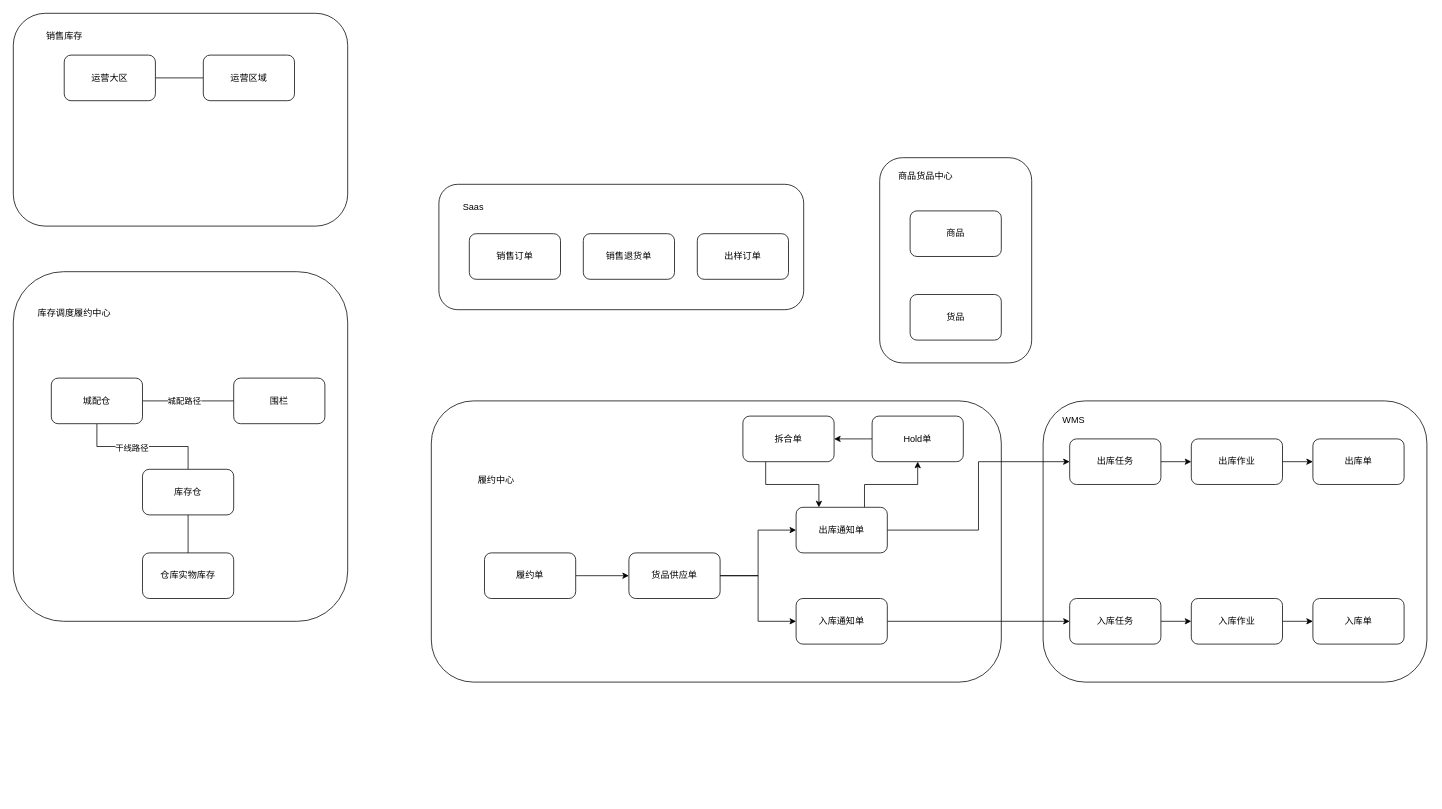
zzqfsy/zzqfsy.github.io keeps this draw.io diagram as draw.io/全渠道供应技术方案.drawio. Above is the earlier version. Source tidied: cells renumbered, new cells numbered last; positions are measured from the earlier drawing's top-left corner, leaving out a move shared by most shapes. Both pictures are drawn from the tidied source at 76%, with x=0, y=0 at pixel (13, 13).
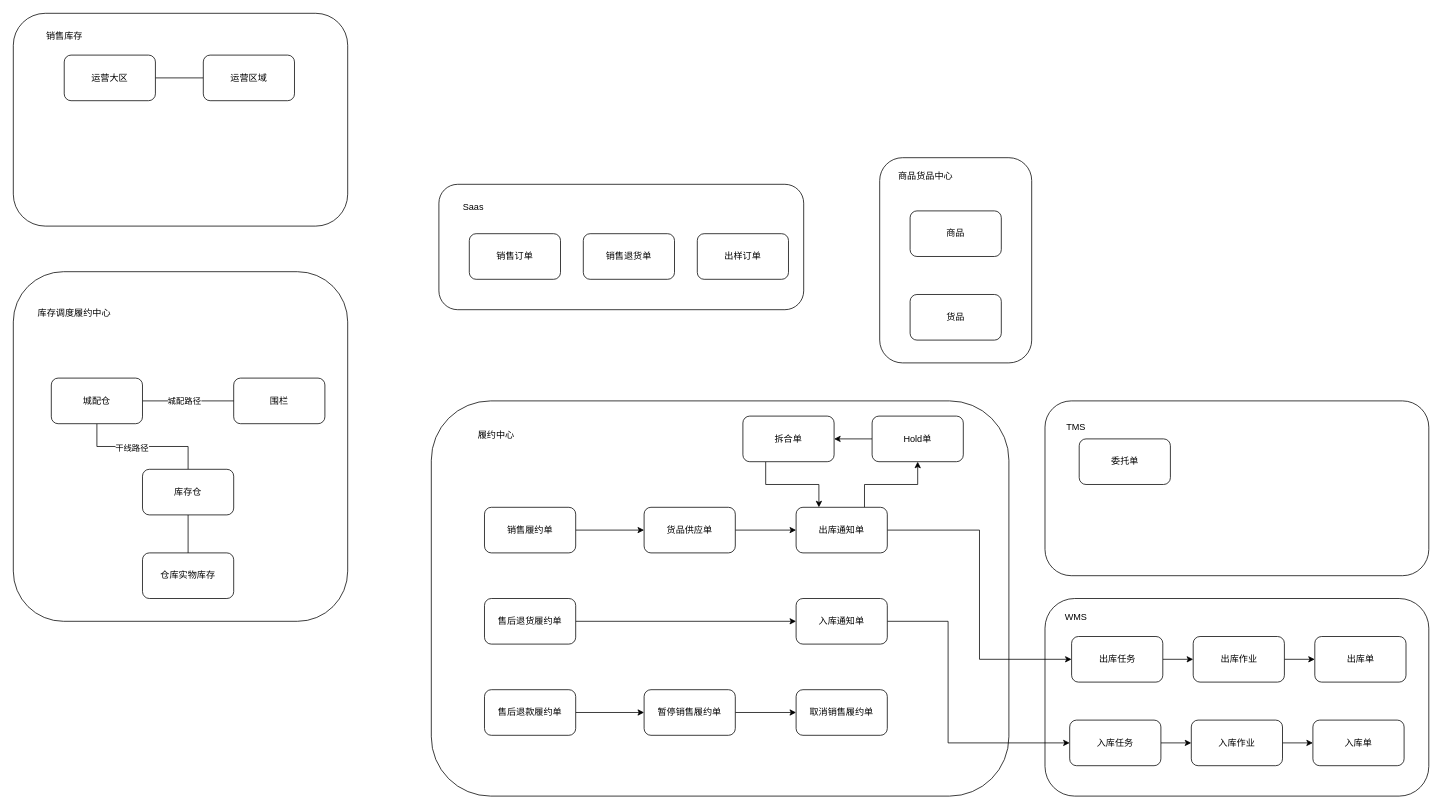
Above is the later version.

Commit message (it also covers changes not shown here):
更新全渠道供应技术方案.drawio

Unchanged cells that the change refers to:
```xml
<mxCell id="18" value="入库通知单" style="rounded=1;whiteSpace=wrap;html=1;" parent="1" vertex="1">
  <mxGeometry x="1030" y="770" width="120" height="60" as="geometry" />
</mxCell>
```

Diff of the diagram source:
```diff
@@
     <mxCell id="6" style="rounded=1;whiteSpace=wrap;html=1;" parent="1" vertex="1">
-      <mxGeometry x="1355" y="510" width="505" height="370" as="geometry" />
+      <mxGeometry x="1357.5" y="770" width="505" height="260" as="geometry" />
     </mxCell>
     <mxCell id="7" style="rounded=1;whiteSpace=wrap;html=1;" parent="1" vertex="1">
-      <mxGeometry x="550" y="510" width="750" height="370" as="geometry" />
+      <mxGeometry x="550" y="510" width="760" height="520" as="geometry" />
     </mxCell>
     <mxCell id="8" value="履约中心" style="text;html=1;align=center;verticalAlign=middle;strokeColor=none;fillColor=none;" parent="1" vertex="1">
-      <mxGeometry x="600" y="600" width="70" height="30" as="geometry" />
+      <mxGeometry x="600" y="540" width="70" height="30" as="geometry" />
     </mxCell>
@@
-    <mxCell id="10" value="履约单" style="rounded=1;whiteSpace=wrap;html=1;" parent="1" vertex="1">
-      <mxGeometry x="620" y="710" width="120" height="60" as="geometry" />
+    <mxCell id="10" value="销售履约单" style="rounded=1;whiteSpace=wrap;html=1;" parent="1" vertex="1">
+      <mxGeometry x="620" y="650" width="120" height="60" as="geometry" />
     </mxCell>
@@
-    <mxCell id="15" style="edgeStyle=orthogonalEdgeStyle;rounded=0;jettySize=auto;html=1;exitX=1;exitY=0.5;exitDx=0;exitDy=0;entryX=0;entryY=0.5;entryDx=0;entryDy=0;" parent="1" edge="1" source="16" target="18">
-      <mxGeometry relative="1" as="geometry" />
-    </mxCell>
     <mxCell id="16" value="货品供应单" style="rounded=1;whiteSpace=wrap;html=1;" parent="1" vertex="1">
-      <mxGeometry x="810" y="710" width="120" height="60" as="geometry" />
+      <mxGeometry x="830" y="650" width="120" height="60" as="geometry" />
     </mxCell>
     <mxCell id="17" style="edgeStyle=orthogonalEdgeStyle;rounded=0;jettySize=auto;html=1;exitX=1;exitY=0.5;exitDx=0;exitDy=0;entryX=0;entryY=0.5;entryDx=0;entryDy=0;" parent="1" edge="1" source="18" target="27">
-      <mxGeometry relative="1" as="geometry" />
+      <mxGeometry relative="1" as="geometry">
+        <Array as="points">
+          <mxPoint x="1230" y="800" />
+          <mxPoint x="1230" y="960" />
+        </Array>
+      </mxGeometry>
     </mxCell>
@@
     <mxCell id="23" value="WMS" style="text;html=1;align=center;verticalAlign=middle;strokeColor=none;fillColor=none;" parent="1" vertex="1">
-      <mxGeometry x="1370" y="520" width="50" height="30" as="geometry" />
+      <mxGeometry x="1372.5" y="780" width="50" height="30" as="geometry" />
     </mxCell>
@@
     <mxCell id="25" value="出库任务" style="rounded=1;whiteSpace=wrap;html=1;" parent="1" vertex="1">
-      <mxGeometry x="1390" y="560" width="120" height="60" as="geometry" />
+      <mxGeometry x="1392.5" y="820" width="120" height="60" as="geometry" />
     </mxCell>
@@
     <mxCell id="27" value="入库任务" style="rounded=1;whiteSpace=wrap;html=1;" parent="1" vertex="1">
-      <mxGeometry x="1390" y="770" width="120" height="60" as="geometry" />
+      <mxGeometry x="1390" y="930" width="120" height="60" as="geometry" />
     </mxCell>
     <mxCell id="28" value="出库单" style="rounded=1;whiteSpace=wrap;html=1;" parent="1" vertex="1">
-      <mxGeometry x="1710" y="560" width="120" height="60" as="geometry" />
+      <mxGeometry x="1712.5" y="820" width="120" height="60" as="geometry" />
     </mxCell>
@@
     <mxCell id="30" value="出库作业" style="rounded=1;whiteSpace=wrap;html=1;" parent="1" vertex="1">
-      <mxGeometry x="1550" y="560" width="120" height="60" as="geometry" />
+      <mxGeometry x="1552.5" y="820" width="120" height="60" as="geometry" />
     </mxCell>
@@
     <mxCell id="32" value="入库作业" style="rounded=1;whiteSpace=wrap;html=1;" parent="1" vertex="1">
-      <mxGeometry x="1550" y="770" width="120" height="60" as="geometry" />
+      <mxGeometry x="1550" y="930" width="120" height="60" as="geometry" />
     </mxCell>
     <mxCell id="33" value="入库单" style="rounded=1;whiteSpace=wrap;html=1;" parent="1" vertex="1">
-      <mxGeometry x="1710" y="770" width="120" height="60" as="geometry" />
+      <mxGeometry x="1710" y="930" width="120" height="60" as="geometry" />
     </mxCell>
@@
+    <mxCell id="55" style="edgeStyle=orthogonalEdgeStyle;rounded=0;jettySize=auto;html=1;exitX=1;exitY=0.5;exitDx=0;exitDy=0;endArrow=classic;endFill=1;" parent="1" edge="1" source="56" target="18">
+      <mxGeometry relative="1" as="geometry" />
+    </mxCell>
+    <mxCell id="56" value="售后退货履约单" style="rounded=1;whiteSpace=wrap;html=1;" parent="1" vertex="1">
+      <mxGeometry x="620" y="770" width="120" height="60" as="geometry" />
+    </mxCell>
+    <mxCell id="57" style="edgeStyle=orthogonalEdgeStyle;rounded=0;jettySize=auto;html=1;exitX=1;exitY=0.5;exitDx=0;exitDy=0;endArrow=classic;endFill=1;" parent="1" edge="1" source="58" target="60">
+      <mxGeometry relative="1" as="geometry" />
+    </mxCell>
+    <mxCell id="58" value="售后退款履约单" style="rounded=1;whiteSpace=wrap;html=1;" parent="1" vertex="1">
+      <mxGeometry x="620" y="890" width="120" height="60" as="geometry" />
+    </mxCell>
+    <mxCell id="59" style="edgeStyle=orthogonalEdgeStyle;rounded=0;jettySize=auto;html=1;exitX=1;exitY=0.5;exitDx=0;exitDy=0;endArrow=classic;endFill=1;" parent="1" edge="1" source="60" target="61">
+      <mxGeometry relative="1" as="geometry" />
+    </mxCell>
+    <mxCell id="60" value="暂停销售履约单" style="rounded=1;whiteSpace=wrap;html=1;" parent="1" vertex="1">
+      <mxGeometry x="830" y="890" width="120" height="60" as="geometry" />
+    </mxCell>
+    <mxCell id="61" value="取消销售履约单" style="rounded=1;whiteSpace=wrap;html=1;" parent="1" vertex="1">
+      <mxGeometry x="1030" y="890" width="120" height="60" as="geometry" />
+    </mxCell>
+    <mxCell id="62" style="rounded=1;whiteSpace=wrap;html=1;" parent="1" vertex="1">
+      <mxGeometry x="1357.5" y="510" width="505" height="230" as="geometry" />
+    </mxCell>
+    <mxCell id="63" value="TMS" style="text;html=1;align=center;verticalAlign=middle;strokeColor=none;fillColor=none;" parent="1" vertex="1">
+      <mxGeometry x="1372.5" y="530" width="50" height="30" as="geometry" />
+    </mxCell>
+    <mxCell id="64" value="委托单" style="rounded=1;whiteSpace=wrap;html=1;" parent="1" vertex="1">
+      <mxGeometry x="1402.5" y="560" width="120" height="60" as="geometry" />
+    </mxCell>
```
